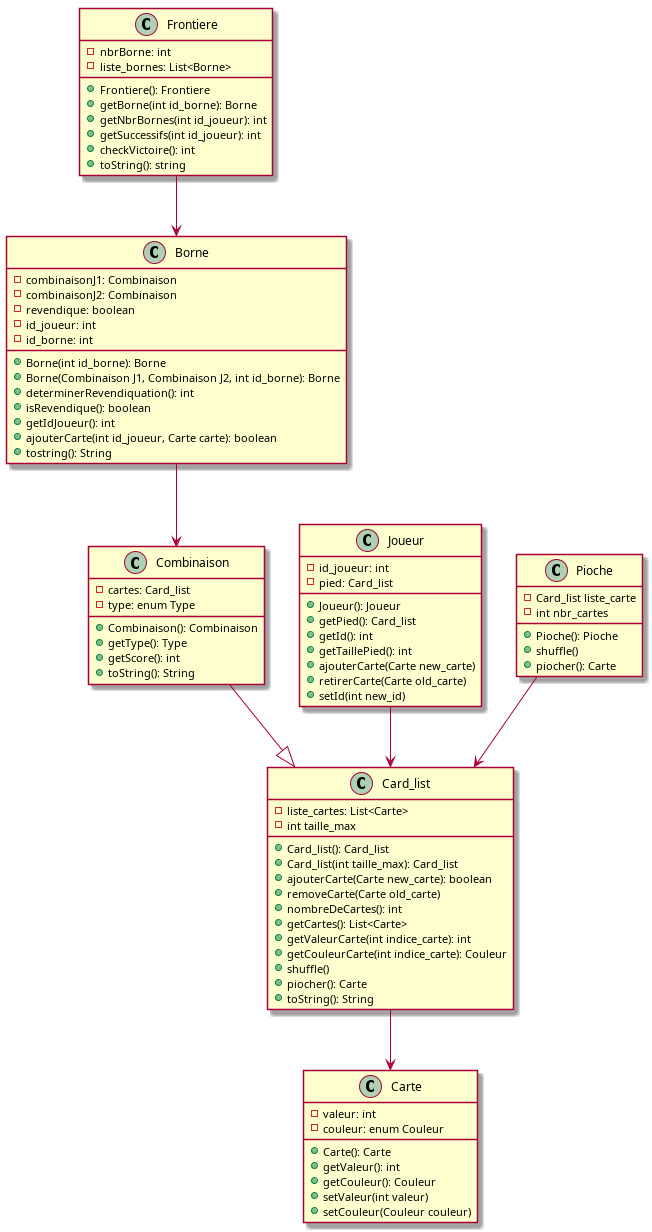
The PlantUML diagram src/diagrams/model.png in Pagatok/pg220, before a commit.
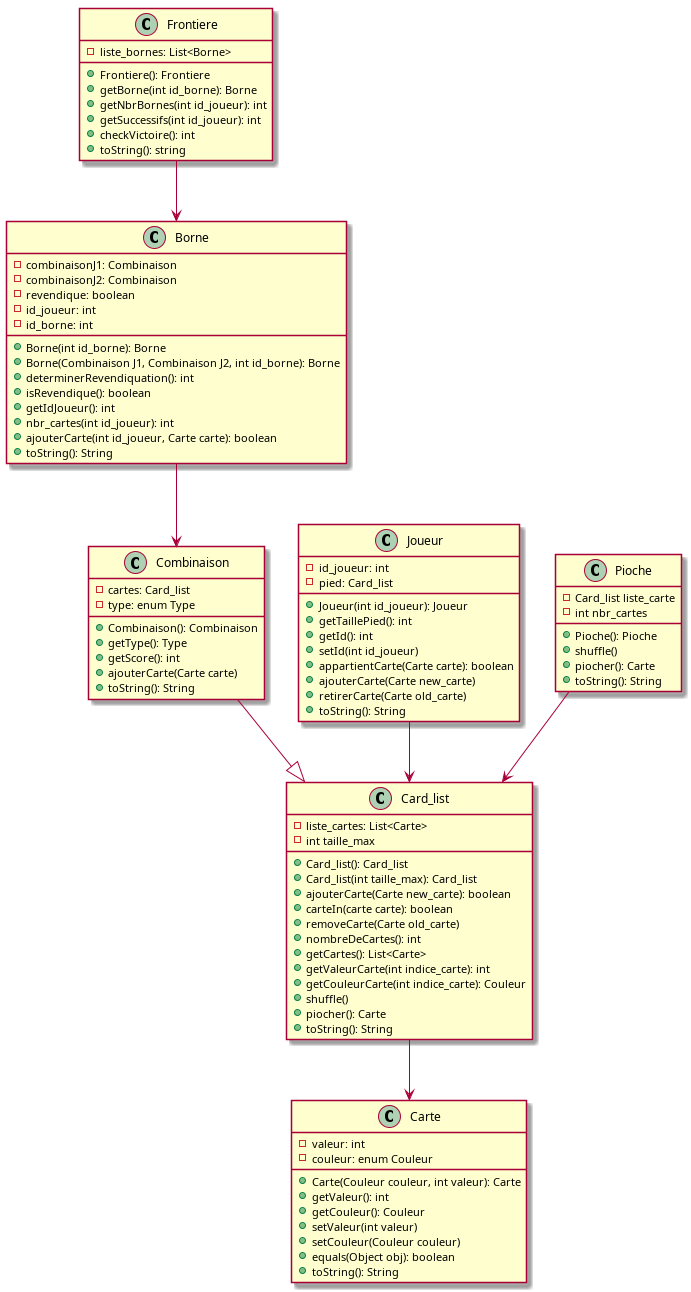
The same diagram one commit later.

Change to the diagram source:
```diff
@@ -3,33 +3,40 @@
 class Carte{
     - valeur: int
     - couleur: enum Couleur
-    + Carte(): Carte
+    + Carte(Couleur couleur, int valeur): Carte
     + getValeur(): int
     + getCouleur(): Couleur
     + setValeur(int valeur)
     + setCouleur(Couleur couleur)
+    + equals(Object obj): boolean
+    + toString(): String
 }
 
 class Combinaison{
     - cartes: Card_list
     - type: enum Type
+
     + Combinaison(): Combinaison
     + getType(): Type
     + getScore(): int
+    + ajouterCarte(Carte carte)
     + toString(): String
 }
+
 
 class Joueur{
     - id_joueur: int
     - pied: Card_list
-    + Joueur(): Joueur
-    + getPied(): Card_list
+    + Joueur(int id_joueur): Joueur
+    + getTaillePied(): int
     + getId(): int
-    + getTaillePied(): int
+    + setId(int id_joueur)
+    + appartientCarte(Carte carte): boolean
     + ajouterCarte(Carte new_carte)
     + retirerCarte(Carte old_carte)
-    + setId(int new_id)
+    + toString(): String
 }
+
 
 class Card_list{
     - liste_cartes: List<Carte>
@@ -37,6 +44,7 @@
     + Card_list(): Card_list
     + Card_list(int taille_max): Card_list
     + ajouterCarte(Carte new_carte): boolean
+    + carteIn(carte carte): boolean
     + removeCarte(Carte old_carte)
     + nombreDeCartes(): int
     + getCartes(): List<Carte>
@@ -58,12 +66,12 @@
     + determinerRevendiquation(): int
     + isRevendique(): boolean
     + getIdJoueur(): int
+    + nbr_cartes(int id_joueur): int
     + ajouterCarte(int id_joueur, Carte carte): boolean
-    + tostring(): String
+    + toString(): String
 }
 
 class Frontiere{
-    - nbrBorne: int
     - liste_bornes: List<Borne>
     + Frontiere(): Frontiere
     + getBorne(int id_borne): Borne
@@ -80,6 +88,7 @@
     + Pioche(): Pioche
     + shuffle()
     + piocher(): Carte
+    + toString(): String
 
 }
 
```
